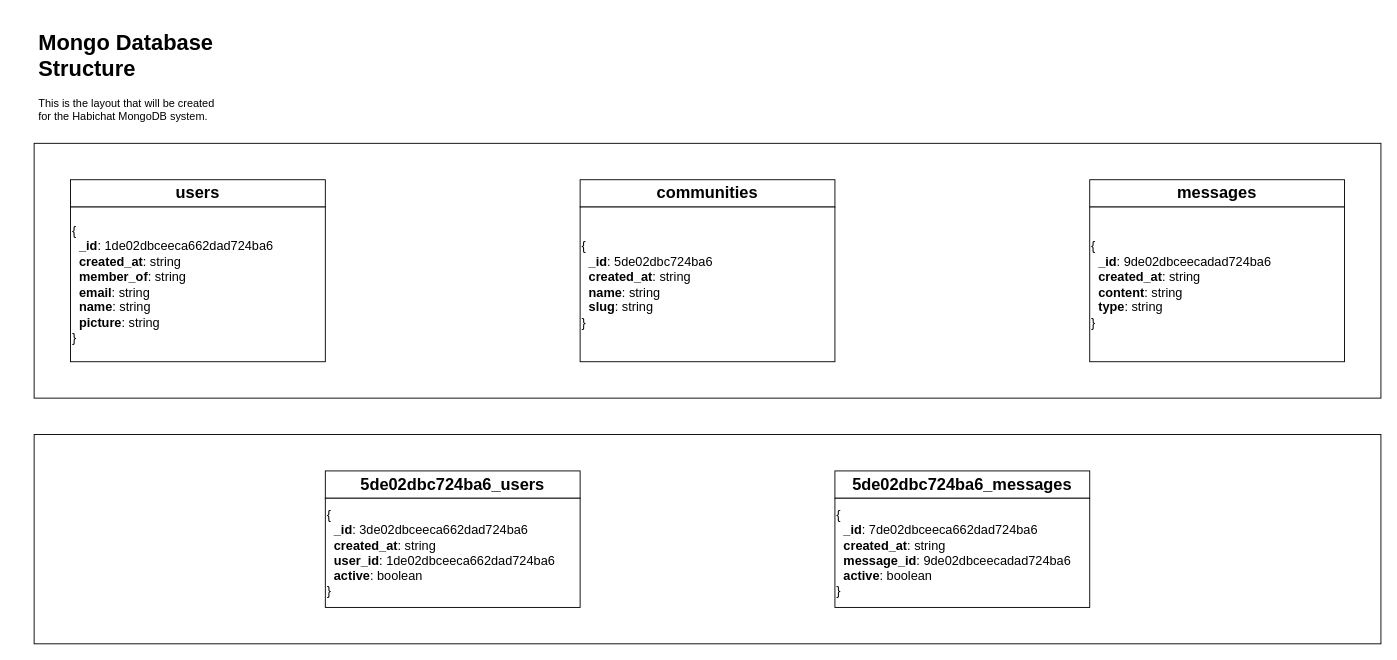
Before: server/docs/mongo-db.drawio in haytherecharlie/habichat-archive, a draw.io diagram. Source tidied: cells renumbered, new cells numbered last; positions are measured from the earlier drawing's top-left corner, leaving out a move shared by most shapes. Both pictures are drawn from the tidied source at 91%, with x=0, y=0 at pixel (34, 25).
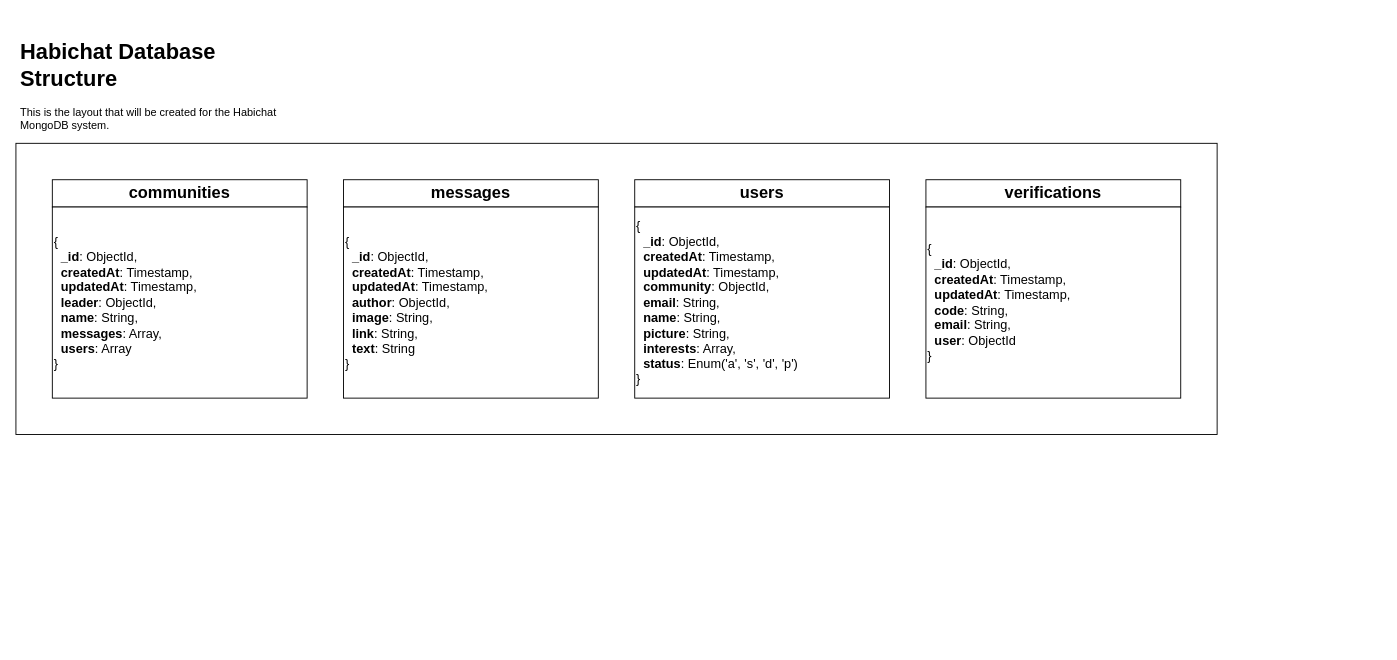
Above is the later version.

The edit, as a diff of the source:
```diff
@@
 <mxGraphModel>
   <root>
     <mxCell id="0" />
     <mxCell id="1" parent="0" />
-    <mxCell id="2" value="&lt;h1&gt;Mongo Database&lt;br&gt;Structure&lt;/h1&gt;&lt;p&gt;This is the layout that will be created for the Habichat MongoDB system.&amp;nbsp;&lt;/p&gt;" style="text;html=1;strokeColor=none;fillColor=none;spacing=5;spacingTop=-20;whiteSpace=wrap;overflow=hidden;rounded=0;" parent="1" vertex="1">
-      <mxGeometry width="210" height="170" as="geometry" />
+    <mxCell id="2" value="&lt;h1&gt;Habichat Database&lt;br&gt;Structure&lt;/h1&gt;&lt;p&gt;This is the layout that will be created for the Habichat MongoDB system.&amp;nbsp;&lt;/p&gt;" style="text;html=1;strokeColor=none;fillColor=none;spacing=5;spacingTop=-20;whiteSpace=wrap;overflow=hidden;rounded=0;" parent="1" vertex="1">
+      <mxGeometry x="-20" y="10" width="320" height="120" as="geometry" />
     </mxCell>
     <mxCell id="3" style="rounded=0;whiteSpace=wrap;html=1;" parent="1" vertex="1">
-      <mxGeometry y="130" width="1480" height="280" as="geometry" />
+      <mxGeometry x="-20" y="130" width="1320" height="320" as="geometry" />
     </mxCell>
-    <mxCell id="4" style="rounded=0;whiteSpace=wrap;html=1;" parent="1" vertex="1">
-      <mxGeometry y="450" width="1480" height="230" as="geometry" />
-    </mxCell>
     <mxCell id="5" style="edgeStyle=orthogonalEdgeStyle;rounded=0;jettySize=auto;html=1;" parent="1" edge="1" source="6" target="9">
       <mxGeometry relative="1" as="geometry" />
     </mxCell>
     <mxCell id="6" value="&lt;b&gt;&lt;font style=&quot;font-size: 18px&quot;&gt;users&lt;/font&gt;&lt;/b&gt;" style="rounded=0;whiteSpace=wrap;html=1;" parent="1" vertex="1">
-      <mxGeometry x="40" y="170" width="280" height="30" as="geometry" />
+      <mxGeometry x="660" y="170" width="280" height="30" as="geometry" />
     </mxCell>
     <mxCell id="7" value="&lt;b&gt;&lt;font style=&quot;font-size: 18px&quot;&gt;communities&lt;/font&gt;&lt;/b&gt;" style="rounded=0;whiteSpace=wrap;html=1;" parent="1" vertex="1">
-      <mxGeometry x="600" y="170" width="280" height="30" as="geometry" />
+      <mxGeometry x="20" y="170" width="280" height="30" as="geometry" />
     </mxCell>
     <mxCell id="8" value="&lt;b&gt;&lt;font style=&quot;font-size: 18px&quot;&gt;messages&lt;/font&gt;&lt;/b&gt;" style="rounded=0;whiteSpace=wrap;html=1;" parent="1" vertex="1">
-      <mxGeometry x="1160" y="170" width="280" height="30" as="geometry" />
+      <mxGeometry x="340" y="170" width="280" height="30" as="geometry" />
     </mxCell>
-    <mxCell id="9" value="&lt;font style=&quot;font-size: 14px&quot;&gt;{&lt;br&gt;&amp;nbsp; &lt;b&gt;_id&lt;/b&gt;: 1de02dbceeca662dad724ba6&lt;br&gt;&amp;nbsp; &lt;b&gt;created_at&lt;/b&gt;: string&lt;br&gt;&amp;nbsp; &lt;b&gt;member_of&lt;/b&gt;: string&lt;br&gt;&amp;nbsp; &lt;b&gt;email&lt;/b&gt;: string&lt;br&gt;&amp;nbsp; &lt;b&gt;name&lt;/b&gt;: string&lt;br&gt;&amp;nbsp; &lt;b&gt;picture&lt;/b&gt;: string&lt;br&gt;}&lt;/font&gt;" style="rounded=0;whiteSpace=wrap;html=1;align=left;" parent="1" vertex="1">
-      <mxGeometry x="40" y="200" width="280" height="170" as="geometry" />
+    <mxCell id="9" value="&lt;font style=&quot;font-size: 14px&quot;&gt;{&lt;br&gt;&amp;nbsp; &lt;b&gt;_id&lt;/b&gt;: ObjectId,&lt;br&gt;&amp;nbsp; &lt;b&gt;createdAt&lt;/b&gt;: Timestamp,&lt;br&gt;&amp;nbsp; &lt;b&gt;updatedAt&lt;/b&gt;: Timestamp,&lt;br&gt;&amp;nbsp; &lt;b&gt;community&lt;/b&gt;: ObjectId,&lt;br&gt;&amp;nbsp; &lt;b&gt;email&lt;/b&gt;: String,&lt;br&gt;&amp;nbsp; &lt;b&gt;name&lt;/b&gt;: String,&lt;br&gt;&amp;nbsp; &lt;b&gt;picture&lt;/b&gt;: String,&lt;br&gt;&amp;nbsp; &lt;b&gt;interests&lt;/b&gt;: Array,&lt;br&gt;&amp;nbsp; &lt;b&gt;status&lt;/b&gt;: Enum('a', 's', 'd', 'p')&lt;br&gt;}&lt;/font&gt;" style="rounded=0;whiteSpace=wrap;html=1;align=left;" parent="1" vertex="1">
+      <mxGeometry x="660" y="200" width="280" height="210" as="geometry" />
     </mxCell>
-    <mxCell id="10" value="&lt;font style=&quot;font-size: 14px&quot;&gt;{&lt;br&gt;&amp;nbsp; &lt;b&gt;_id&lt;/b&gt;: 5de02dbc724ba6&lt;br&gt;&amp;nbsp; &lt;b&gt;created_at&lt;/b&gt;: string&lt;br&gt;&amp;nbsp; &lt;b&gt;name&lt;/b&gt;: string&lt;br&gt;&amp;nbsp; &lt;b&gt;slug&lt;/b&gt;: string&amp;nbsp;&amp;nbsp;&lt;br&gt;}&lt;/font&gt;" style="rounded=0;whiteSpace=wrap;html=1;align=left;" parent="1" vertex="1">
-      <mxGeometry x="600" y="200" width="280" height="170" as="geometry" />
+    <mxCell id="10" value="&lt;font style=&quot;font-size: 14px&quot;&gt;{&lt;br&gt;&amp;nbsp;&amp;nbsp;&lt;b&gt;_id&lt;/b&gt;: ObjectId,&lt;br&gt;&amp;nbsp;&amp;nbsp;&lt;b&gt;createdAt&lt;/b&gt;: Timestamp,&lt;br&gt;&amp;nbsp;&amp;nbsp;&lt;b&gt;updatedAt&lt;/b&gt;: Timestamp,&lt;br&gt;&amp;nbsp; &lt;b&gt;leader&lt;/b&gt;: ObjectId,&lt;br&gt;&amp;nbsp; &lt;b&gt;name&lt;/b&gt;: String,&lt;br&gt;&amp;nbsp; &lt;b&gt;messages&lt;/b&gt;: Array,&lt;br&gt;&amp;nbsp; &lt;b&gt;users&lt;/b&gt;: Array&lt;br&gt;}&lt;/font&gt;" style="rounded=0;whiteSpace=wrap;html=1;align=left;" parent="1" vertex="1">
+      <mxGeometry x="20" y="200" width="280" height="210" as="geometry" />
     </mxCell>
-    <mxCell id="11" value="&lt;span style=&quot;font-size: 14px ; white-space: normal&quot;&gt;{&lt;/span&gt;&lt;br style=&quot;font-size: 14px ; white-space: normal&quot;&gt;&lt;span style=&quot;font-size: 14px ; white-space: normal&quot;&gt;&amp;nbsp;&amp;nbsp;&lt;/span&gt;&lt;b style=&quot;font-size: 14px ; white-space: normal&quot;&gt;_id&lt;/b&gt;&lt;span style=&quot;font-size: 14px ; white-space: normal&quot;&gt;: 9&lt;/span&gt;&lt;span style=&quot;font-size: 14px&quot;&gt;de02dbceecadad724ba6&lt;/span&gt;&lt;br style=&quot;font-size: 14px ; white-space: normal&quot;&gt;&lt;span style=&quot;font-size: 14px ; white-space: normal&quot;&gt;&amp;nbsp;&amp;nbsp;&lt;/span&gt;&lt;b style=&quot;font-size: 14px ; white-space: normal&quot;&gt;created_at&lt;/b&gt;&lt;span style=&quot;font-size: 14px ; white-space: normal&quot;&gt;: string&lt;/span&gt;&lt;br style=&quot;font-size: 14px ; white-space: normal&quot;&gt;&lt;span style=&quot;font-size: 14px ; white-space: normal&quot;&gt;&amp;nbsp;&amp;nbsp;&lt;/span&gt;&lt;b style=&quot;font-size: 14px ; white-space: normal&quot;&gt;content&lt;/b&gt;&lt;span style=&quot;white-space: normal&quot;&gt;&lt;span style=&quot;font-size: 14px&quot;&gt;: string&lt;br&gt;&lt;/span&gt;&lt;/span&gt;&lt;span style=&quot;font-size: 14px&quot;&gt;&amp;nbsp; &lt;b&gt;type&lt;/b&gt;: string&lt;/span&gt;&lt;br style=&quot;font-size: 14px ; white-space: normal&quot;&gt;&lt;div&gt;&lt;span style=&quot;font-size: 14px&quot;&gt;}&lt;/span&gt;&lt;/div&gt;" style="rounded=0;whiteSpace=wrap;html=1;align=left;" parent="1" vertex="1">
-      <mxGeometry x="1160" y="200" width="280" height="170" as="geometry" />
+    <mxCell id="11" value="&lt;span style=&quot;font-size: 14px ; white-space: normal&quot;&gt;{&lt;/span&gt;&lt;br style=&quot;font-size: 14px ; white-space: normal&quot;&gt;&lt;span style=&quot;font-size: 14px&quot;&gt;&amp;nbsp;&amp;nbsp;&lt;/span&gt;&lt;b style=&quot;font-size: 14px&quot;&gt;_id&lt;/b&gt;&lt;span style=&quot;font-size: 14px&quot;&gt;: ObjectId,&lt;/span&gt;&lt;br style=&quot;font-size: 14px&quot;&gt;&lt;span style=&quot;font-size: 14px&quot;&gt;&amp;nbsp;&amp;nbsp;&lt;/span&gt;&lt;b style=&quot;font-size: 14px&quot;&gt;createdAt&lt;/b&gt;&lt;span style=&quot;font-size: 14px&quot;&gt;: Timestamp,&lt;/span&gt;&lt;br style=&quot;font-size: 14px&quot;&gt;&lt;span style=&quot;font-size: 14px&quot;&gt;&amp;nbsp;&amp;nbsp;&lt;/span&gt;&lt;b style=&quot;font-size: 14px&quot;&gt;updatedAt&lt;/b&gt;&lt;span style=&quot;font-size: 14px&quot;&gt;: Timestamp,&lt;/span&gt;&lt;br style=&quot;font-size: 14px ; white-space: normal&quot;&gt;&lt;span style=&quot;font-size: 14px ; white-space: normal&quot;&gt;&amp;nbsp; &lt;b&gt;author&lt;/b&gt;: ObjectId,&lt;br&gt;&lt;b&gt;&amp;nbsp; image&lt;/b&gt;: String,&lt;br&gt;&amp;nbsp; &lt;b&gt;link&lt;/b&gt;: String,&lt;br&gt;&lt;/span&gt;&lt;b style=&quot;font-size: 14px ; white-space: normal&quot;&gt;&amp;nbsp; text&lt;/b&gt;&lt;span style=&quot;white-space: normal&quot;&gt;&lt;span style=&quot;font-size: 14px&quot;&gt;: String&lt;/span&gt;&lt;/span&gt;&lt;br style=&quot;font-size: 14px ; white-space: normal&quot;&gt;&lt;div&gt;&lt;span style=&quot;font-size: 14px&quot;&gt;}&lt;/span&gt;&lt;/div&gt;" style="rounded=0;whiteSpace=wrap;html=1;align=left;" parent="1" vertex="1">
+      <mxGeometry x="340" y="200" width="280" height="210" as="geometry" />
     </mxCell>
-    <mxCell id="12" value="&lt;b&gt;&lt;font style=&quot;font-size: 18px&quot;&gt;&lt;span style=&quot;text-align: left&quot;&gt;5de02dbc724ba6&lt;/span&gt;_users&lt;/font&gt;&lt;/b&gt;" style="rounded=0;whiteSpace=wrap;html=1;" parent="1" vertex="1">
-      <mxGeometry x="320" y="490" width="280" height="30" as="geometry" />
-    </mxCell>
-    <mxCell id="13" value="&lt;font style=&quot;font-size: 14px&quot;&gt;{&lt;br&gt;&amp;nbsp; &lt;b&gt;_id&lt;/b&gt;: 3de02dbceeca662dad724ba6&lt;br&gt;&amp;nbsp; &lt;b&gt;created_at&lt;/b&gt;: string&lt;br&gt;&amp;nbsp; &lt;b&gt;user_id&lt;/b&gt;: 1de02dbceeca662dad724ba6&lt;br&gt;&amp;nbsp; &lt;b&gt;active&lt;/b&gt;: boolean&lt;br&gt;}&lt;/font&gt;" style="rounded=0;whiteSpace=wrap;html=1;align=left;" parent="1" vertex="1">
-      <mxGeometry x="320" y="520" width="280" height="120" as="geometry" />
-    </mxCell>
-    <mxCell id="14" value="&lt;b&gt;&lt;font style=&quot;font-size: 18px&quot;&gt;&lt;span style=&quot;text-align: left&quot;&gt;5de02dbc724ba6&lt;/span&gt;_messages&lt;/font&gt;&lt;/b&gt;" style="rounded=0;whiteSpace=wrap;html=1;" parent="1" vertex="1">
-      <mxGeometry x="880" y="490" width="280" height="30" as="geometry" />
-    </mxCell>
-    <mxCell id="15" value="&lt;font style=&quot;font-size: 14px&quot;&gt;{&lt;br&gt;&amp;nbsp; &lt;b&gt;_id&lt;/b&gt;: 7de02dbceeca662dad724ba6&lt;br&gt;&amp;nbsp; &lt;b&gt;created_at&lt;/b&gt;: string&lt;br&gt;&amp;nbsp; &lt;b&gt;message_id&lt;/b&gt;: 9de02dbceecadad724ba6&lt;br&gt;&amp;nbsp; &lt;b&gt;active&lt;/b&gt;: boolean&lt;br&gt;}&lt;/font&gt;" style="rounded=0;whiteSpace=wrap;html=1;align=left;" parent="1" vertex="1">
-      <mxGeometry x="880" y="520" width="280" height="120" as="geometry" />
-    </mxCell>
+    <mxCell id="16" value="&lt;b&gt;&lt;font style=&quot;font-size: 18px&quot;&gt;verifications&lt;/font&gt;&lt;/b&gt;" style="rounded=0;whiteSpace=wrap;html=1;" parent="1" vertex="1">
+      <mxGeometry x="980" y="170" width="280" height="30" as="geometry" />
+    </mxCell>
+    <mxCell id="17" value="&lt;font style=&quot;font-size: 14px&quot;&gt;{&lt;br&gt;&amp;nbsp; &lt;b&gt;_id&lt;/b&gt;: ObjectId,&lt;br&gt;&amp;nbsp; &lt;b&gt;createdAt&lt;/b&gt;: Timestamp,&lt;br&gt;&amp;nbsp; &lt;b&gt;updatedAt&lt;/b&gt;: Timestamp,&lt;br&gt;&amp;nbsp; &lt;b&gt;code&lt;/b&gt;: String,&lt;br&gt;&amp;nbsp; &lt;b&gt;email&lt;/b&gt;: String,&lt;br&gt;&amp;nbsp; &lt;b&gt;user&lt;/b&gt;: ObjectId&lt;br&gt;}&lt;/font&gt;" style="rounded=0;whiteSpace=wrap;html=1;align=left;" parent="1" vertex="1">
+      <mxGeometry x="980" y="200" width="280" height="210" as="geometry" />
+    </mxCell>
   </root>
 </mxGraphModel>
```
